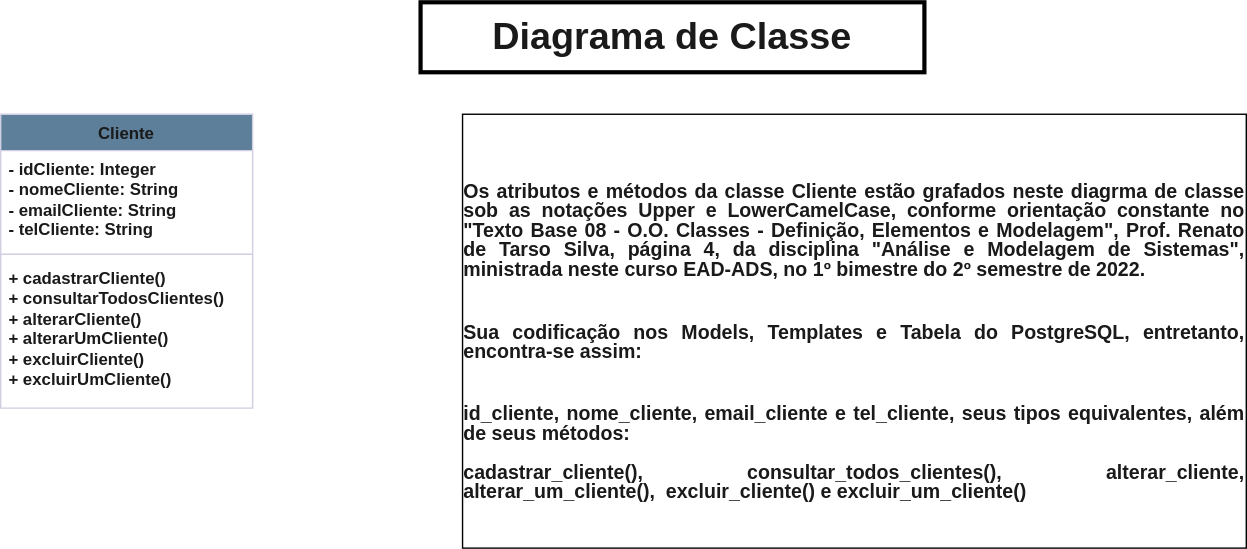
Earlier version of the draw.io export diagramaDeClasse.svg (RicardoDWeb/SoftwareProducts2023). Source tidied: cells renumbered, new cells last; positions are measured from the earlier drawing's top-left corner, leaving out a move shared by most shapes. The source it was exported from:
```xml
<mxGraphModel>
  <root>
    <mxCell id="0" />
    <mxCell id="1" parent="0" />
    <mxCell id="2" value="Cliente" style="swimlane;fontStyle=1;align=center;verticalAlign=top;horizontal=1;startSize=26;whiteSpace=wrap;html=1;labelBackgroundColor=none;fillColor=#5D7F99;strokeColor=#D0CEE2;fontColor=#1A1A1A;" parent="1" vertex="1">
      <mxGeometry y="80" width="180" height="210" as="geometry" />
    </mxCell>
    <mxCell id="3" value="&lt;b&gt;- idCliente: Integer&lt;br&gt;- nomeCliente: String&lt;br&gt;- emailCliente: String&lt;br&gt;- telCliente: String&lt;/b&gt;" style="text;strokeColor=none;fillColor=none;align=left;verticalAlign=top;spacingLeft=4;spacingRight=4;overflow=hidden;whiteSpace=wrap;html=1;labelBackgroundColor=none;fontColor=#1A1A1A;" parent="2" vertex="1">
      <mxGeometry y="26" width="180" height="70" as="geometry" />
    </mxCell>
    <mxCell id="4" style="line;strokeWidth=1;fillColor=none;align=left;verticalAlign=middle;spacingTop=-1;spacingLeft=3;spacingRight=3;labelPosition=right;labelBackgroundColor=none;strokeColor=#D0CEE2;fontColor=#1A1A1A;" parent="2" vertex="1">
      <mxGeometry y="96" width="180" height="8" as="geometry" />
    </mxCell>
    <mxCell id="5" value="&lt;b&gt;+ cadastrarCliente()&lt;br&gt;+ consultarTodosClientes()&lt;br&gt;+ alterarCliente()&lt;br&gt;+ alterarUmCliente()&lt;br&gt;+ excluirCliente()&lt;br&gt;+ excluirUmCliente()&lt;/b&gt;" style="text;strokeColor=none;fillColor=none;align=left;verticalAlign=top;spacingLeft=4;spacingRight=4;overflow=hidden;whiteSpace=wrap;html=1;labelBackgroundColor=none;fontColor=#1A1A1A;" parent="2" vertex="1">
      <mxGeometry y="104" width="180" height="106" as="geometry" />
    </mxCell>
    <mxCell id="6" value="&lt;div style=&quot;text-align: justify; font-size: 14px;&quot;&gt;&lt;p style=&quot;line-height: 100%; margin-bottom: 0cm&quot; align=&quot;justify&quot;&gt;&lt;font style=&quot;font-size: 14px;&quot;&gt;&lt;b&gt;Os atributos e métodos da classe Cliente estão grafados neste diagrma de classe sob as&amp;nbsp;notações Upper e LowerCamelCase, conforme orientação constante no &quot;Texto Base 08 - O.O. Classes - Definição, Elementos e Modelagem&quot;,&amp;nbsp;Prof. Renato de Tarso Silva, página 4, da disciplina &quot;Análise e Modelagem de Sistemas&quot;, ministrada neste curso EAD-ADS, no 1º bimestre do 2º semestre de 2022.&lt;/b&gt;&lt;/font&gt;&lt;/p&gt;&lt;b&gt;&lt;br&gt;&lt;/b&gt;&lt;p style=&quot;line-height: 100%; margin-bottom: 0cm&quot; align=&quot;justify&quot;&gt;&lt;b&gt;&lt;span style=&quot;background-color: initial;&quot;&gt;Sua&amp;nbsp;&lt;/span&gt;&lt;span style=&quot;background-color: initial;&quot;&gt;codificação nos Models, Templates e Tabela do PostgreSQL,&amp;nbsp;&lt;/span&gt;&lt;span style=&quot;background-color: initial;&quot;&gt;entretanto, encontra-se assim:&lt;/span&gt;&lt;/b&gt;&lt;/p&gt;&lt;b&gt;&lt;br&gt;&lt;/b&gt;&lt;p style=&quot;line-height: 100%; margin-bottom: 0cm&quot; align=&quot;justify&quot;&gt;&lt;font style=&quot;font-size: 14px;&quot;&gt;&lt;b&gt;id_cliente, nome_cliente, email_cliente e tel_cliente, seus tipos equivalentes,&amp;nbsp;além de seus métodos:&lt;/b&gt;&lt;/font&gt;&lt;/p&gt;&lt;p style=&quot;line-height: 100%; margin-bottom: 0cm&quot; align=&quot;justify&quot;&gt;&lt;font style=&quot;font-size: 14px;&quot;&gt;&lt;b&gt;cadastrar_cliente(),&amp;nbsp;consultar_todos_clientes(), alterar_cliente, alterar_um_cliente(),&amp;nbsp; excluir_cliente() e excluir_um_cliente()&lt;/b&gt;&lt;/font&gt;&lt;/p&gt;&lt;/div&gt;" style="text;align=center;fillColor=none;html=1;verticalAlign=middle;whiteSpace=wrap;rounded=0;labelBackgroundColor=none;fontColor=#1A1A1A;strokeColor=default;" parent="1" vertex="1">
      <mxGeometry x="330" y="80" width="560" height="310" as="geometry" />
    </mxCell>
    <mxCell id="7" value="&lt;font style=&quot;font-size: 27px;&quot;&gt;&lt;b&gt;Diagrama de Classe&lt;/b&gt;&lt;/font&gt;" style="text;align=center;fillColor=none;html=1;verticalAlign=middle;whiteSpace=wrap;rounded=0;strokeWidth=3;labelBackgroundColor=none;fontColor=#1A1A1A;strokeColor=default;" parent="1" vertex="1">
      <mxGeometry x="300" width="360" height="50" as="geometry" />
    </mxCell>
  </root>
</mxGraphModel>
```
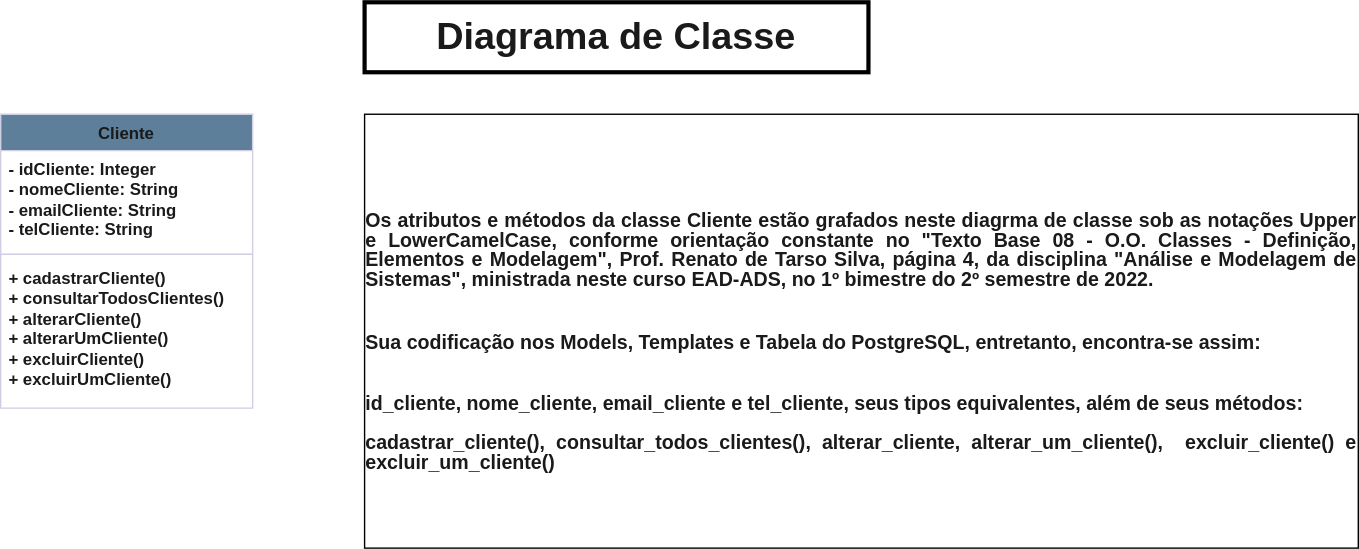
The same diagram one commit later.

Change to the diagram source:
```diff
@@ -14,11 +14,11 @@
     <mxCell id="5" value="&lt;b&gt;+ cadastrarCliente()&lt;br&gt;+ consultarTodosClientes()&lt;br&gt;+ alterarCliente()&lt;br&gt;+ alterarUmCliente()&lt;br&gt;+ excluirCliente()&lt;br&gt;+ excluirUmCliente()&lt;/b&gt;" style="text;strokeColor=none;fillColor=none;align=left;verticalAlign=top;spacingLeft=4;spacingRight=4;overflow=hidden;whiteSpace=wrap;html=1;labelBackgroundColor=none;fontColor=#1A1A1A;" parent="2" vertex="1">
       <mxGeometry y="104" width="180" height="106" as="geometry" />
     </mxCell>
-    <mxCell id="6" value="&lt;div style=&quot;text-align: justify; font-size: 14px;&quot;&gt;&lt;p style=&quot;line-height: 100%; margin-bottom: 0cm&quot; align=&quot;justify&quot;&gt;&lt;font style=&quot;font-size: 14px;&quot;&gt;&lt;b&gt;Os atributos e métodos da classe Cliente estão grafados neste diagrma de classe sob as&amp;nbsp;notações Upper e LowerCamelCase, conforme orientação constante no &quot;Texto Base 08 - O.O. Classes - Definição, Elementos e Modelagem&quot;,&amp;nbsp;Prof. Renato de Tarso Silva, página 4, da disciplina &quot;Análise e Modelagem de Sistemas&quot;, ministrada neste curso EAD-ADS, no 1º bimestre do 2º semestre de 2022.&lt;/b&gt;&lt;/font&gt;&lt;/p&gt;&lt;b&gt;&lt;br&gt;&lt;/b&gt;&lt;p style=&quot;line-height: 100%; margin-bottom: 0cm&quot; align=&quot;justify&quot;&gt;&lt;b&gt;&lt;span style=&quot;background-color: initial;&quot;&gt;Sua&amp;nbsp;&lt;/span&gt;&lt;span style=&quot;background-color: initial;&quot;&gt;codificação nos Models, Templates e Tabela do PostgreSQL,&amp;nbsp;&lt;/span&gt;&lt;span style=&quot;background-color: initial;&quot;&gt;entretanto, encontra-se assim:&lt;/span&gt;&lt;/b&gt;&lt;/p&gt;&lt;b&gt;&lt;br&gt;&lt;/b&gt;&lt;p style=&quot;line-height: 100%; margin-bottom: 0cm&quot; align=&quot;justify&quot;&gt;&lt;font style=&quot;font-size: 14px;&quot;&gt;&lt;b&gt;id_cliente, nome_cliente, email_cliente e tel_cliente, seus tipos equivalentes,&amp;nbsp;além de seus métodos:&lt;/b&gt;&lt;/font&gt;&lt;/p&gt;&lt;p style=&quot;line-height: 100%; margin-bottom: 0cm&quot; align=&quot;justify&quot;&gt;&lt;font style=&quot;font-size: 14px;&quot;&gt;&lt;b&gt;cadastrar_cliente(),&amp;nbsp;consultar_todos_clientes(), alterar_cliente, alterar_um_cliente(),&amp;nbsp; excluir_cliente() e excluir_um_cliente()&lt;/b&gt;&lt;/font&gt;&lt;/p&gt;&lt;/div&gt;" style="text;align=center;fillColor=none;html=1;verticalAlign=middle;whiteSpace=wrap;rounded=0;labelBackgroundColor=none;fontColor=#1A1A1A;strokeColor=default;" parent="1" vertex="1">
-      <mxGeometry x="330" y="80" width="560" height="310" as="geometry" />
+    <mxCell id="6" value="&lt;div style=&quot;text-align: justify; font-size: 14px;&quot;&gt;&lt;p style=&quot;line-height: 100%; margin-bottom: 0cm&quot; align=&quot;justify&quot;&gt;&lt;font style=&quot;font-size: 14px;&quot;&gt;&lt;b&gt;Os atributos e métodos da classe Cliente estão grafados neste diagrma de classe sob as&amp;nbsp;notações Upper e LowerCamelCase, conforme orientação constante no &quot;Texto Base 08 - O.O. Classes - Definição, Elementos e Modelagem&quot;,&amp;nbsp;Prof. Renato de Tarso Silva, página 4, da disciplina &quot;Análise e Modelagem de Sistemas&quot;, ministrada neste curso EAD-ADS, no 1º bimestre do 2º semestre de 2022.&lt;/b&gt;&lt;/font&gt;&lt;/p&gt;&lt;b&gt;&lt;br&gt;&lt;/b&gt;&lt;p style=&quot;line-height: 100%; margin-bottom: 0cm&quot; align=&quot;justify&quot;&gt;&lt;b&gt;&lt;span style=&quot;background-color: initial;&quot;&gt;Sua&amp;nbsp;&lt;/span&gt;&lt;span style=&quot;background-color: initial;&quot;&gt;codificação nos Models, Templates e Tabela do PostgreSQL,&amp;nbsp;&lt;/span&gt;&lt;span style=&quot;background-color: initial;&quot;&gt;entretanto, encontra-se assim:&lt;/span&gt;&lt;/b&gt;&lt;/p&gt;&lt;b&gt;&lt;br&gt;&lt;/b&gt;&lt;p style=&quot;line-height: 100%; margin-bottom: 0cm&quot; align=&quot;justify&quot;&gt;&lt;font style=&quot;font-size: 14px;&quot;&gt;&lt;b&gt;id_cliente, nome_cliente, email_cliente e tel_cliente, seus tipos equivalentes,&amp;nbsp;além de seus métodos:&lt;/b&gt;&lt;/font&gt;&lt;/p&gt;&lt;p style=&quot;line-height: 100%; margin-bottom: 0cm&quot; align=&quot;justify&quot;&gt;&lt;font style=&quot;font-size: 14px;&quot;&gt;&lt;b&gt;cadastrar_cliente(), consultar_todos_clientes(), alterar_cliente, alterar_um_cliente(),&amp;nbsp; excluir_cliente() e excluir_um_cliente()&lt;/b&gt;&lt;/font&gt;&lt;/p&gt;&lt;/div&gt;" style="text;align=center;fillColor=none;html=1;verticalAlign=middle;whiteSpace=wrap;rounded=0;labelBackgroundColor=none;fontColor=#1A1A1A;strokeColor=default;" parent="1" vertex="1">
+      <mxGeometry x="260" y="80" width="710" height="310" as="geometry" />
     </mxCell>
     <mxCell id="7" value="&lt;font style=&quot;font-size: 27px;&quot;&gt;&lt;b&gt;Diagrama de Classe&lt;/b&gt;&lt;/font&gt;" style="text;align=center;fillColor=none;html=1;verticalAlign=middle;whiteSpace=wrap;rounded=0;strokeWidth=3;labelBackgroundColor=none;fontColor=#1A1A1A;strokeColor=default;" parent="1" vertex="1">
-      <mxGeometry x="300" width="360" height="50" as="geometry" />
+      <mxGeometry x="260" width="360" height="50" as="geometry" />
     </mxCell>
   </root>
 </mxGraphModel>
```
